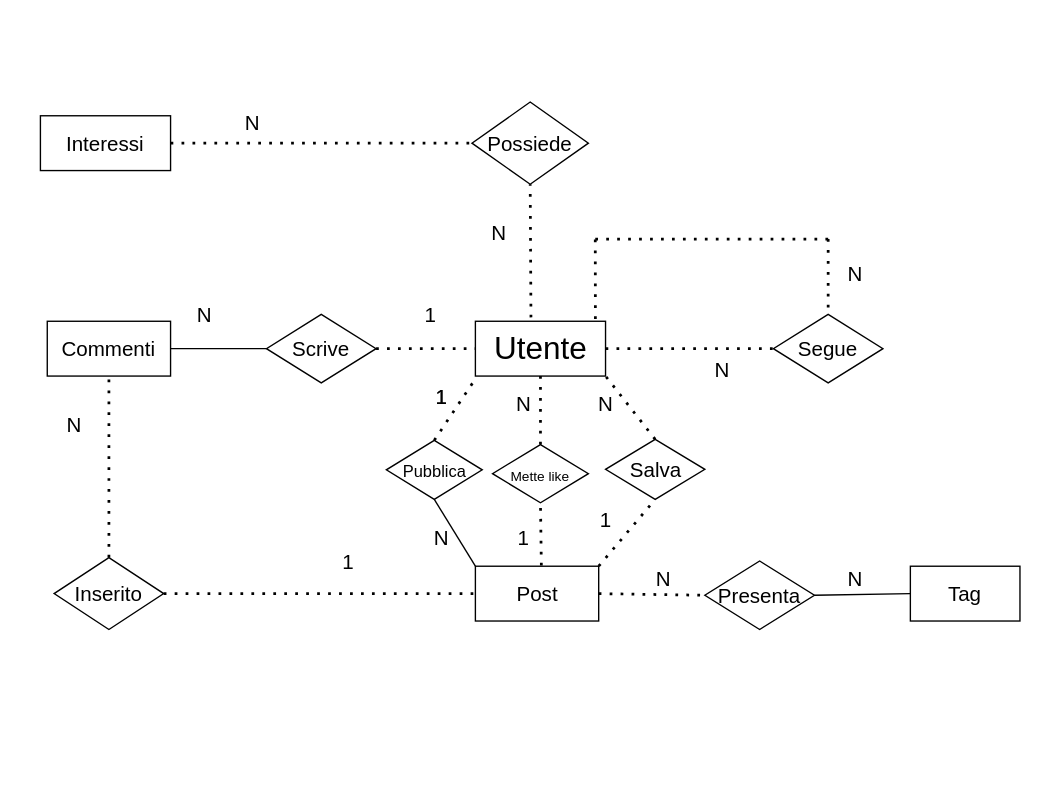
Above: Untitled Diagram.drawio in ddauny/hypebest (draw.io), before the change. Source tidied: cells renumbered, new cells numbered last; positions are measured from the earlier drawing's top-left corner, leaving out a move shared by most shapes. Both pictures are drawn from the tidied source at 137%, with x=0, y=0 at pixel (33, 101).
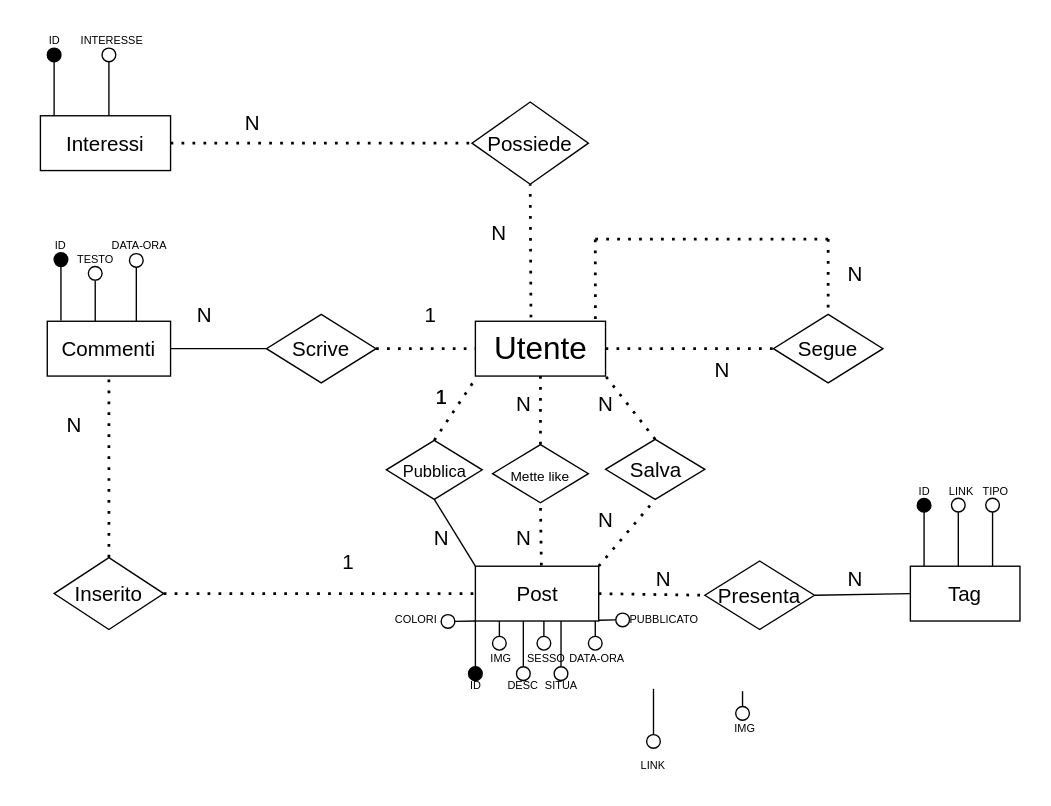
The same diagram, later.

Unchanged cells that the change refers to:
```xml
<mxCell id="3" value="Post" style="rounded=0;whiteSpace=wrap;html=1;fontSize=15;" parent="1" vertex="1">
  <mxGeometry x="322.5" y="338.8" width="90" height="40" as="geometry" />
</mxCell>
<mxCell id="8" value="Commenti" style="rounded=0;whiteSpace=wrap;html=1;fontSize=15;" parent="1" vertex="1">
  <mxGeometry x="10" y="160" width="90" height="40" as="geometry" />
</mxCell>
```

The edit, as a diff of the source:
```diff
@@
-    <mxCell id="43" value="1" style="text;html=1;strokeColor=none;fillColor=none;align=center;verticalAlign=middle;whiteSpace=wrap;rounded=0;fontSize=15;" parent="1" vertex="1">
+    <mxCell id="43" value="N" style="text;html=1;strokeColor=none;fillColor=none;align=center;verticalAlign=middle;whiteSpace=wrap;rounded=0;fontSize=15;" parent="1" vertex="1">
       <mxGeometry x="327.5" y="302.5" width="60" height="30" as="geometry" />
     </mxCell>
-    <mxCell id="44" value="1" style="text;html=1;strokeColor=none;fillColor=none;align=center;verticalAlign=middle;whiteSpace=wrap;rounded=0;fontSize=15;" parent="1" vertex="1">
+    <mxCell id="44" value="N" style="text;html=1;strokeColor=none;fillColor=none;align=center;verticalAlign=middle;whiteSpace=wrap;rounded=0;fontSize=15;" parent="1" vertex="1">
       <mxGeometry x="387.5" y="290" width="60" height="30" as="geometry" />
     </mxCell>
@@
+    <mxCell id="50" style="endArrow=none;html=1;rounded=0;exitX=0.111;exitY=-0.014;exitDx=0;exitDy=0;exitPerimeter=0;entryX=0.5;entryY=1;entryDx=0;entryDy=0;" parent="1" edge="1" source="8" target="51">
+      <mxGeometry relative="1" as="geometry" />
+    </mxCell>
+    <mxCell id="51" style="ellipse;whiteSpace=wrap;html=1;fillColor=#000000;" parent="1" vertex="1">
+      <mxGeometry x="15" y="110" width="10" height="10" as="geometry" />
+    </mxCell>
+    <mxCell id="52" value="ID" style="text;html=1;strokeColor=none;fillColor=none;align=center;verticalAlign=middle;whiteSpace=wrap;rounded=0;fontSize=8;" parent="1" vertex="1">
+      <mxGeometry x="5" y="95" width="30" height="20" as="geometry" />
+    </mxCell>
+    <mxCell id="53" style="endArrow=none;html=1;rounded=0;exitX=0.111;exitY=-0.014;exitDx=0;exitDy=0;exitPerimeter=0;" parent="1" edge="1">
+      <mxGeometry relative="1" as="geometry">
+        <mxPoint x="45" y="160" as="sourcePoint" />
+        <mxPoint x="45" y="130" as="targetPoint" />
+      </mxGeometry>
+    </mxCell>
+    <mxCell id="54" value="TESTO" style="text;html=1;strokeColor=none;fillColor=none;align=center;verticalAlign=middle;whiteSpace=wrap;rounded=0;fontSize=8;" parent="1" vertex="1">
+      <mxGeometry x="22.5" y="102.8" width="45" height="24.4" as="geometry" />
+    </mxCell>
+    <mxCell id="55" style="endArrow=none;html=1;rounded=0;exitX=0.111;exitY=-0.014;exitDx=0;exitDy=0;exitPerimeter=0;entryX=0.5;entryY=1;entryDx=0;entryDy=0;" parent="1" edge="1" target="56">
+      <mxGeometry relative="1" as="geometry">
+        <mxPoint x="75" y="160" as="sourcePoint" />
+      </mxGeometry>
+    </mxCell>
+    <mxCell id="56" style="ellipse;whiteSpace=wrap;html=1;fillColor=#FFFFFF;" parent="1" vertex="1">
+      <mxGeometry x="70" y="110.6" width="10" height="10" as="geometry" />
+    </mxCell>
+    <mxCell id="57" value="DATA-ORA" style="text;html=1;strokeColor=none;fillColor=none;align=center;verticalAlign=middle;whiteSpace=wrap;rounded=0;fontSize=8;" parent="1" vertex="1">
+      <mxGeometry x="55" y="92.8" width="45" height="24.4" as="geometry" />
+    </mxCell>
+    <mxCell id="58" style="ellipse;whiteSpace=wrap;html=1;fillColor=#FFFFFF;" parent="1" vertex="1">
+      <mxGeometry x="40" y="120" width="10" height="10" as="geometry" />
+    </mxCell>
+    <mxCell id="59" style="endArrow=none;html=1;rounded=0;exitX=0.111;exitY=-0.014;exitDx=0;exitDy=0;exitPerimeter=0;entryX=0.5;entryY=1;entryDx=0;entryDy=0;" parent="1" edge="1" target="60">
+      <mxGeometry relative="1" as="geometry">
+        <mxPoint x="15" y="10" as="sourcePoint" />
+      </mxGeometry>
+    </mxCell>
+    <mxCell id="60" style="ellipse;whiteSpace=wrap;html=1;fillColor=#000000;" parent="1" vertex="1">
+      <mxGeometry x="10" y="-39.4" width="10" height="10" as="geometry" />
+    </mxCell>
+    <mxCell id="61" value="ID" style="text;html=1;strokeColor=none;fillColor=none;align=center;verticalAlign=middle;whiteSpace=wrap;rounded=0;fontSize=8;" parent="1" vertex="1">
+      <mxGeometry x="-7.5" y="-57.2" width="45" height="24.4" as="geometry" />
+    </mxCell>
+    <mxCell id="62" style="endArrow=none;html=1;rounded=0;exitX=0.111;exitY=-0.014;exitDx=0;exitDy=0;exitPerimeter=0;entryX=0.5;entryY=1;entryDx=0;entryDy=0;" parent="1" edge="1" target="63">
+      <mxGeometry relative="1" as="geometry">
+        <mxPoint x="55" y="10" as="sourcePoint" />
+      </mxGeometry>
+    </mxCell>
+    <mxCell id="63" style="ellipse;whiteSpace=wrap;html=1;fillColor=#FFFFFF;" parent="1" vertex="1">
+      <mxGeometry x="50" y="-39.4" width="10" height="10" as="geometry" />
+    </mxCell>
+    <mxCell id="64" value="INTERESSE" style="text;html=1;strokeColor=none;fillColor=none;align=center;verticalAlign=middle;whiteSpace=wrap;rounded=0;fontSize=8;" parent="1" vertex="1">
+      <mxGeometry x="35" y="-57.2" width="45" height="24.4" as="geometry" />
+    </mxCell>
+    <mxCell id="65" style="endArrow=none;html=1;rounded=0;exitX=0.111;exitY=-0.014;exitDx=0;exitDy=0;exitPerimeter=0;entryX=0.5;entryY=1;entryDx=0;entryDy=0;" parent="1" edge="1" target="66">
+      <mxGeometry relative="1" as="geometry">
+        <mxPoint x="650" y="338.7" as="sourcePoint" />
+      </mxGeometry>
+    </mxCell>
+    <mxCell id="66" style="ellipse;whiteSpace=wrap;html=1;fillColor=#000000;" parent="1" vertex="1">
+      <mxGeometry x="645" y="289.3" width="10" height="10" as="geometry" />
+    </mxCell>
+    <mxCell id="67" value="ID" style="text;html=1;strokeColor=none;fillColor=none;align=center;verticalAlign=middle;whiteSpace=wrap;rounded=0;fontSize=8;" parent="1" vertex="1">
+      <mxGeometry x="627.5" y="271.5" width="45" height="24.4" as="geometry" />
+    </mxCell>
+    <mxCell id="68" style="endArrow=none;html=1;rounded=0;exitX=0.111;exitY=-0.014;exitDx=0;exitDy=0;exitPerimeter=0;entryX=0.5;entryY=1;entryDx=0;entryDy=0;" parent="1" edge="1" target="69">
+      <mxGeometry relative="1" as="geometry">
+        <mxPoint x="675" y="338.6" as="sourcePoint" />
+      </mxGeometry>
+    </mxCell>
+    <mxCell id="69" style="ellipse;whiteSpace=wrap;html=1;fillColor=#FFFFFF;" parent="1" vertex="1">
+      <mxGeometry x="670" y="289.2" width="10" height="10" as="geometry" />
+    </mxCell>
+    <mxCell id="70" value="LINK" style="text;html=1;strokeColor=none;fillColor=none;align=center;verticalAlign=middle;whiteSpace=wrap;rounded=0;fontSize=8;" parent="1" vertex="1">
+      <mxGeometry x="655" y="271.4" width="45" height="24.4" as="geometry" />
+    </mxCell>
+    <mxCell id="71" style="endArrow=none;html=1;rounded=0;exitX=0.111;exitY=-0.014;exitDx=0;exitDy=0;exitPerimeter=0;entryX=0.5;entryY=1;entryDx=0;entryDy=0;" parent="1" edge="1" target="72">
+      <mxGeometry relative="1" as="geometry">
+        <mxPoint x="700" y="338.6" as="sourcePoint" />
+      </mxGeometry>
+    </mxCell>
+    <mxCell id="72" style="ellipse;whiteSpace=wrap;html=1;fillColor=#FFFFFF;" parent="1" vertex="1">
+      <mxGeometry x="695" y="289.2" width="10" height="10" as="geometry" />
+    </mxCell>
+    <mxCell id="73" value="TIPO" style="text;html=1;strokeColor=none;fillColor=none;align=center;verticalAlign=middle;whiteSpace=wrap;rounded=0;fontSize=8;" parent="1" vertex="1">
+      <mxGeometry x="680" y="271.4" width="45" height="24.4" as="geometry" />
+    </mxCell>
+    <mxCell id="74" style="endArrow=none;html=1;rounded=0;exitX=0.111;exitY=-0.014;exitDx=0;exitDy=0;exitPerimeter=0;entryX=0.5;entryY=1;entryDx=0;entryDy=0;" parent="1" edge="1">
+      <mxGeometry relative="1" as="geometry">
+        <mxPoint x="322.5" y="418.2" as="sourcePoint" />
+        <mxPoint x="322.5" y="378.8" as="targetPoint" />
+      </mxGeometry>
+    </mxCell>
+    <mxCell id="75" value="ID" style="text;html=1;strokeColor=none;fillColor=none;align=center;verticalAlign=middle;whiteSpace=wrap;rounded=0;fontSize=8;" parent="1" vertex="1">
+      <mxGeometry x="297.5" y="422.2" width="50" height="7.8" as="geometry" />
+    </mxCell>
+    <mxCell id="76" style="ellipse;whiteSpace=wrap;html=1;fillColor=#000000;" parent="1" vertex="1">
+      <mxGeometry x="317.5" y="412.2" width="10" height="10" as="geometry" />
+    </mxCell>
+    <mxCell id="77" style="endArrow=none;html=1;rounded=0;exitX=0.111;exitY=-0.014;exitDx=0;exitDy=0;exitPerimeter=0;entryX=0.5;entryY=1;entryDx=0;entryDy=0;" parent="1" edge="1">
+      <mxGeometry relative="1" as="geometry">
+        <mxPoint x="452.5" y="467.7" as="sourcePoint" />
+        <mxPoint x="452.5" y="428.3" as="targetPoint" />
+      </mxGeometry>
+    </mxCell>
+    <mxCell id="78" value="LINK" style="text;html=1;strokeColor=none;fillColor=none;align=center;verticalAlign=middle;whiteSpace=wrap;rounded=0;fontSize=8;" parent="1" vertex="1">
+      <mxGeometry x="430" y="471.7" width="45" height="24.4" as="geometry" />
+    </mxCell>
+    <mxCell id="79" style="ellipse;whiteSpace=wrap;html=1;fillColor=#FFFFFF;" parent="1" vertex="1">
+      <mxGeometry x="447.5" y="461.7" width="10" height="10" as="geometry" />
+    </mxCell>
+    <mxCell id="80" style="endArrow=none;html=1;rounded=0;entryX=0.5;entryY=1;entryDx=0;entryDy=0;" parent="1" edge="1">
+      <mxGeometry relative="1" as="geometry">
+        <mxPoint x="340" y="390" as="sourcePoint" />
+        <mxPoint x="340" y="378.8" as="targetPoint" />
+      </mxGeometry>
+    </mxCell>
+    <mxCell id="81" value="IMG" style="text;html=1;strokeColor=none;fillColor=none;align=center;verticalAlign=middle;whiteSpace=wrap;rounded=0;fontSize=8;" parent="1" vertex="1">
+      <mxGeometry x="320" y="400" width="42.5" height="12.2" as="geometry" />
+    </mxCell>
+    <mxCell id="82" style="ellipse;whiteSpace=wrap;html=1;fillColor=#FFFFFF;" parent="1" vertex="1">
+      <mxGeometry x="335" y="390" width="10" height="10" as="geometry" />
+    </mxCell>
+    <mxCell id="83" style="endArrow=none;html=1;rounded=0;exitX=0.111;exitY=-0.014;exitDx=0;exitDy=0;exitPerimeter=0;entryX=0.5;entryY=1;entryDx=0;entryDy=0;" parent="1" edge="1">
+      <mxGeometry relative="1" as="geometry">
+        <mxPoint x="357.5" y="418.2" as="sourcePoint" />
+        <mxPoint x="357.5" y="378.8" as="targetPoint" />
+      </mxGeometry>
+    </mxCell>
+    <mxCell id="84" value="DESC" style="text;html=1;strokeColor=none;fillColor=none;align=center;verticalAlign=middle;whiteSpace=wrap;rounded=0;fontSize=8;" parent="1" vertex="1">
+      <mxGeometry x="335" y="413.9" width="45" height="24.4" as="geometry" />
+    </mxCell>
+    <mxCell id="85" style="ellipse;whiteSpace=wrap;html=1;fillColor=#FFFFFF;" parent="1" vertex="1">
+      <mxGeometry x="352.5" y="412.2" width="10" height="10" as="geometry" />
+    </mxCell>
+    <mxCell id="86" style="endArrow=none;html=1;rounded=0;entryX=0.5;entryY=1;entryDx=0;entryDy=0;" parent="1" edge="1">
+      <mxGeometry relative="1" as="geometry">
+        <mxPoint x="517.5" y="441.2" as="sourcePoint" />
+        <mxPoint x="517.5" y="430" as="targetPoint" />
+      </mxGeometry>
+    </mxCell>
+    <mxCell id="87" value="IMG" style="text;html=1;strokeColor=none;fillColor=none;align=center;verticalAlign=middle;whiteSpace=wrap;rounded=0;fontSize=8;" parent="1" vertex="1">
+      <mxGeometry x="497.5" y="451.2" width="42.5" height="12.2" as="geometry" />
+    </mxCell>
+    <mxCell id="88" style="ellipse;whiteSpace=wrap;html=1;fillColor=#FFFFFF;" parent="1" vertex="1">
+      <mxGeometry x="512.5" y="441.2" width="10" height="10" as="geometry" />
+    </mxCell>
+    <mxCell id="89" style="endArrow=none;html=1;rounded=0;entryX=0.5;entryY=1;entryDx=0;entryDy=0;" parent="1" edge="1">
+      <mxGeometry relative="1" as="geometry">
+        <mxPoint x="372.5" y="390" as="sourcePoint" />
+        <mxPoint x="372.5" y="378.8" as="targetPoint" />
+      </mxGeometry>
+    </mxCell>
+    <mxCell id="90" value="SESSO" style="text;html=1;strokeColor=none;fillColor=none;align=center;verticalAlign=middle;whiteSpace=wrap;rounded=0;fontSize=8;" parent="1" vertex="1">
+      <mxGeometry x="352.5" y="400" width="42.5" height="12.2" as="geometry" />
+    </mxCell>
+    <mxCell id="91" style="ellipse;whiteSpace=wrap;html=1;fillColor=#FFFFFF;" parent="1" vertex="1">
+      <mxGeometry x="367.5" y="390" width="10" height="10" as="geometry" />
+    </mxCell>
+    <mxCell id="92" style="endArrow=none;html=1;rounded=0;exitX=0.111;exitY=-0.014;exitDx=0;exitDy=0;exitPerimeter=0;entryX=0.5;entryY=1;entryDx=0;entryDy=0;" parent="1" edge="1">
+      <mxGeometry relative="1" as="geometry">
+        <mxPoint x="385" y="418.2" as="sourcePoint" />
+        <mxPoint x="385" y="378.8" as="targetPoint" />
+      </mxGeometry>
+    </mxCell>
+    <mxCell id="93" value="SITUA" style="text;html=1;strokeColor=none;fillColor=none;align=center;verticalAlign=middle;whiteSpace=wrap;rounded=0;fontSize=8;" parent="1" vertex="1">
+      <mxGeometry x="362.5" y="413.9" width="45" height="24.4" as="geometry" />
+    </mxCell>
+    <mxCell id="94" style="ellipse;whiteSpace=wrap;html=1;fillColor=#FFFFFF;" parent="1" vertex="1">
+      <mxGeometry x="380" y="412.2" width="10" height="10" as="geometry" />
+    </mxCell>
+    <mxCell id="95" style="endArrow=none;html=1;rounded=0;entryX=0.5;entryY=1;entryDx=0;entryDy=0;" parent="1" edge="1">
+      <mxGeometry relative="1" as="geometry">
+        <mxPoint x="410" y="390" as="sourcePoint" />
+        <mxPoint x="410" y="378.8" as="targetPoint" />
+      </mxGeometry>
+    </mxCell>
+    <mxCell id="96" value="DATA-ORA" style="text;html=1;strokeColor=none;fillColor=none;align=center;verticalAlign=middle;whiteSpace=wrap;rounded=0;fontSize=8;" parent="1" vertex="1">
+      <mxGeometry x="390" y="400" width="42.5" height="12.2" as="geometry" />
+    </mxCell>
+    <mxCell id="97" style="ellipse;whiteSpace=wrap;html=1;fillColor=#FFFFFF;" parent="1" vertex="1">
+      <mxGeometry x="405" y="390" width="10" height="10" as="geometry" />
+    </mxCell>
+    <mxCell id="98" style="endArrow=none;html=1;rounded=0;entryX=0;entryY=1;entryDx=0;entryDy=0;startArrow=none;" parent="1" edge="1" source="100" target="3">
+      <mxGeometry relative="1" as="geometry" />
+    </mxCell>
+    <mxCell id="99" value="COLORI" style="text;html=1;strokeColor=none;fillColor=none;align=center;verticalAlign=middle;whiteSpace=wrap;rounded=0;fontSize=8;" parent="1" vertex="1">
+      <mxGeometry x="257.5" y="371.9" width="42.5" height="12.2" as="geometry" />
+    </mxCell>
+    <mxCell id="100" style="ellipse;whiteSpace=wrap;html=1;fillColor=#FFFFFF;" parent="1" vertex="1">
+      <mxGeometry x="297.5" y="374.1" width="10" height="10" as="geometry" />
+    </mxCell>
+    <mxCell id="101" value="PUBBLICATO" style="text;html=1;strokeColor=none;fillColor=none;align=center;verticalAlign=middle;whiteSpace=wrap;rounded=0;fontSize=8;" parent="1" vertex="1">
+      <mxGeometry x="438.8" y="371.9" width="42.5" height="12.2" as="geometry" />
+    </mxCell>
+    <mxCell id="102" style="ellipse;whiteSpace=wrap;html=1;fillColor=#FFFFFF;" parent="1" vertex="1">
+      <mxGeometry x="425" y="373" width="10" height="10" as="geometry" />
+    </mxCell>
+    <mxCell id="103" style="endArrow=none;html=1;rounded=0;entryX=0;entryY=0.5;entryDx=0;entryDy=0;startArrow=none;" parent="1" edge="1" target="102">
+      <mxGeometry relative="1" as="geometry">
+        <mxPoint x="412.5" y="378.2" as="sourcePoint" />
+      </mxGeometry>
+    </mxCell>
```
